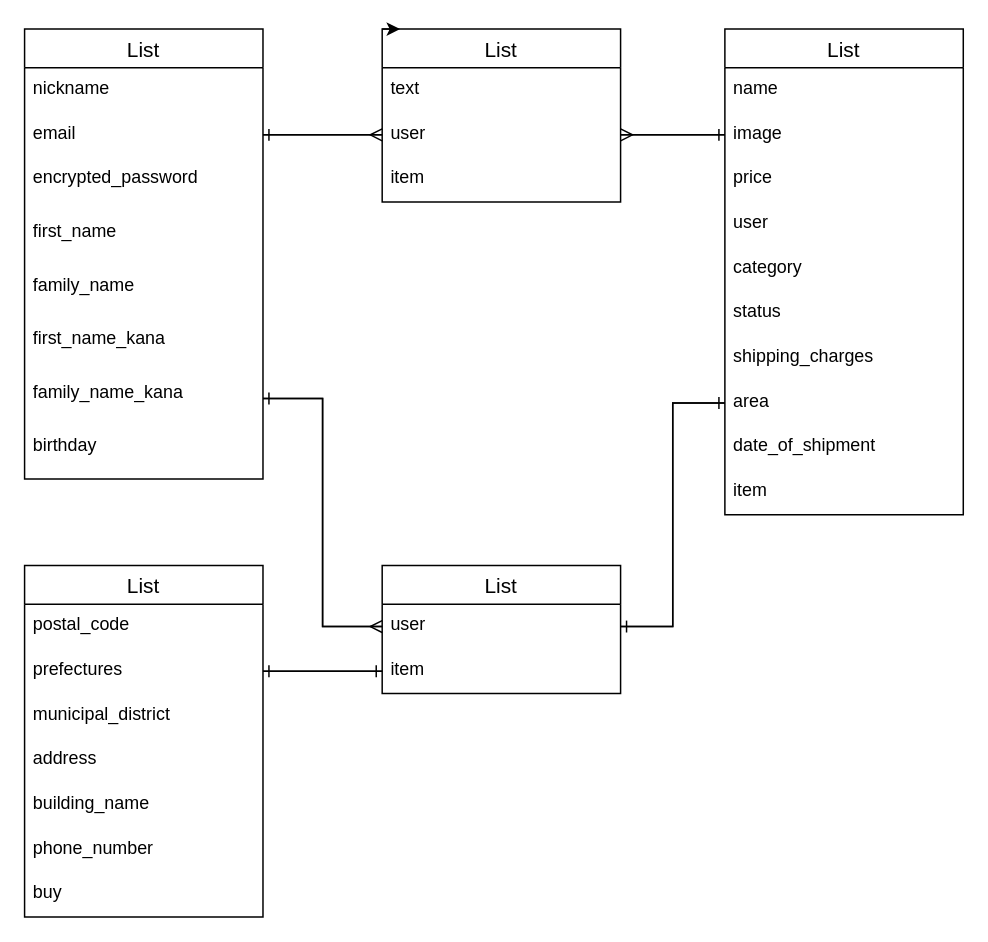
This is DB.dio from kodaikawabe/furima-31515, a draw.io file, before an edit. Source tidied: cells renumbered, new cells numbered last; positions are measured from the earlier drawing's top-left corner, leaving out a move shared by most shapes. Both pictures are drawn from the tidied source at 149%, with x=0, y=0 at pixel (24, 28).
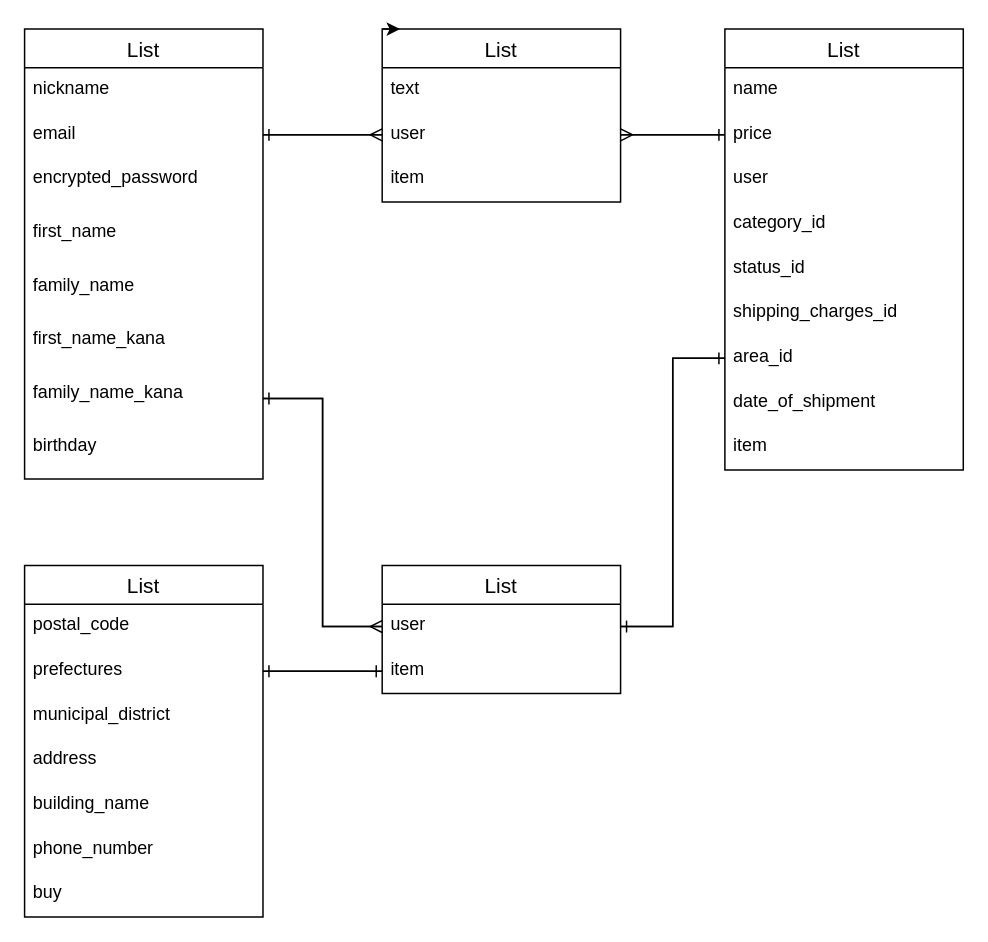
The same diagram, later.

Unchanged cells that the change refers to:
```xml
<mxCell id="13" value="user" style="text;strokeColor=none;fillColor=none;spacingLeft=4;spacingRight=4;overflow=hidden;points=[[0,0.5],[1,0.5]];portConstraint=eastwest;fontSize=12;" parent="11" vertex="1">
  <mxGeometry y="56" width="160" height="30" as="geometry" />
</mxCell>
```

Diff of the diagram source:
```diff
@@
     <mxCell id="15" value="List" style="swimlane;fontStyle=0;horizontal=1;startSize=26;align=center;fontSize=14;" parent="1" vertex="1">
-      <mxGeometry x="470" width="160" height="326" as="geometry" />
+      <mxGeometry x="470" width="160" height="296" as="geometry" />
     </mxCell>
@@
-    <mxCell id="17" value="image" style="text;strokeColor=none;fillColor=none;spacingLeft=4;spacingRight=4;overflow=hidden;points=[[0,0.5],[1,0.5]];portConstraint=eastwest;fontSize=12;" parent="15" vertex="1">
-      <mxGeometry y="56" width="160" height="30" as="geometry" />
-    </mxCell>
     <mxCell id="18" value="price" style="text;strokeColor=none;fillColor=none;spacingLeft=4;spacingRight=4;overflow=hidden;fontSize=12;" parent="15" vertex="1">
-      <mxGeometry y="86" width="160" height="30" as="geometry" />
+      <mxGeometry y="56" width="160" height="30" as="geometry" />
     </mxCell>
     <mxCell id="19" value="user" style="text;strokeColor=none;fillColor=none;spacingLeft=4;spacingRight=4;overflow=hidden;fontSize=12;" parent="15" vertex="1">
-      <mxGeometry y="116" width="160" height="30" as="geometry" />
+      <mxGeometry y="86" width="160" height="30" as="geometry" />
     </mxCell>
-    <mxCell id="20" value="category" style="text;strokeColor=none;fillColor=none;spacingLeft=4;spacingRight=4;overflow=hidden;fontSize=12;" parent="15" vertex="1">
-      <mxGeometry y="146" width="160" height="30" as="geometry" />
+    <mxCell id="20" value="category_id" style="text;strokeColor=none;fillColor=none;spacingLeft=4;spacingRight=4;overflow=hidden;fontSize=12;" parent="15" vertex="1">
+      <mxGeometry y="116" width="160" height="30" as="geometry" />
     </mxCell>
-    <mxCell id="21" value="status" style="text;strokeColor=none;fillColor=none;spacingLeft=4;spacingRight=4;overflow=hidden;fontSize=12;" parent="15" vertex="1">
-      <mxGeometry y="176" width="160" height="30" as="geometry" />
+    <mxCell id="21" value="status_id" style="text;strokeColor=none;fillColor=none;spacingLeft=4;spacingRight=4;overflow=hidden;fontSize=12;" parent="15" vertex="1">
+      <mxGeometry y="146" width="160" height="30" as="geometry" />
     </mxCell>
-    <mxCell id="22" value="shipping_charges" style="text;strokeColor=none;fillColor=none;spacingLeft=4;spacingRight=4;overflow=hidden;fontSize=12;" parent="15" vertex="1">
-      <mxGeometry y="206" width="160" height="30" as="geometry" />
+    <mxCell id="22" value="shipping_charges_id" style="text;strokeColor=none;fillColor=none;spacingLeft=4;spacingRight=4;overflow=hidden;fontSize=12;" parent="15" vertex="1">
+      <mxGeometry y="176" width="160" height="30" as="geometry" />
     </mxCell>
-    <mxCell id="23" value="area" style="text;strokeColor=none;fillColor=none;spacingLeft=4;spacingRight=4;overflow=hidden;points=[[0,0.5],[1,0.5]];portConstraint=eastwest;fontSize=12;" parent="15" vertex="1">
-      <mxGeometry y="236" width="160" height="30" as="geometry" />
+    <mxCell id="23" value="area_id" style="text;strokeColor=none;fillColor=none;spacingLeft=4;spacingRight=4;overflow=hidden;points=[[0,0.5],[1,0.5]];portConstraint=eastwest;fontSize=12;" parent="15" vertex="1">
+      <mxGeometry y="206" width="160" height="30" as="geometry" />
     </mxCell>
     <mxCell id="24" value="date_of_shipment" style="text;strokeColor=none;fillColor=none;spacingLeft=4;spacingRight=4;overflow=hidden;fontSize=12;" parent="15" vertex="1">
-      <mxGeometry y="266" width="160" height="30" as="geometry" />
+      <mxGeometry y="236" width="160" height="30" as="geometry" />
     </mxCell>
     <mxCell id="25" value="item" style="text;strokeColor=none;fillColor=none;spacingLeft=4;spacingRight=4;overflow=hidden;fontSize=12;" parent="15" vertex="1">
-      <mxGeometry y="296" width="160" height="30" as="geometry" />
+      <mxGeometry y="266" width="160" height="30" as="geometry" />
     </mxCell>
@@
-    <mxCell id="40" style="edgeStyle=orthogonalEdgeStyle;rounded=0;jettySize=auto;html=1;exitX=1;exitY=0.5;exitDx=0;exitDy=0;entryX=0;entryY=0.5;entryDx=0;entryDy=0;endArrow=ERone;endFill=0;" parent="1" edge="1" source="13" target="17">
-      <mxGeometry relative="1" as="geometry" />
+    <mxCell id="40" style="edgeStyle=orthogonalEdgeStyle;rounded=0;jettySize=auto;html=1;exitX=1;exitY=0.5;exitDx=0;exitDy=0;entryX=0;entryY=0.5;entryDx=0;entryDy=0;endArrow=ERone;endFill=0;" parent="1" edge="1" source="13">
+      <mxGeometry relative="1" as="geometry">
+        <mxPoint x="470" y="71" as="targetPoint" />
+      </mxGeometry>
     </mxCell>
-    <mxCell id="41" style="edgeStyle=orthogonalEdgeStyle;rounded=0;jettySize=auto;html=1;exitX=0;exitY=0.5;exitDx=0;exitDy=0;endArrow=ERmany;endFill=0;" parent="1" edge="1" source="17">
+    <mxCell id="41" style="edgeStyle=orthogonalEdgeStyle;rounded=0;orthogonalLoop=1;jettySize=auto;html=1;exitX=0;exitY=0.5;exitDx=0;exitDy=0;endArrow=ERmany;endFill=0;" parent="1" edge="1">
       <mxGeometry relative="1" as="geometry">
+        <mxPoint x="470" y="71" as="sourcePoint" />
         <mxPoint x="400" y="71" as="targetPoint" />
       </mxGeometry>
     </mxCell>
```
